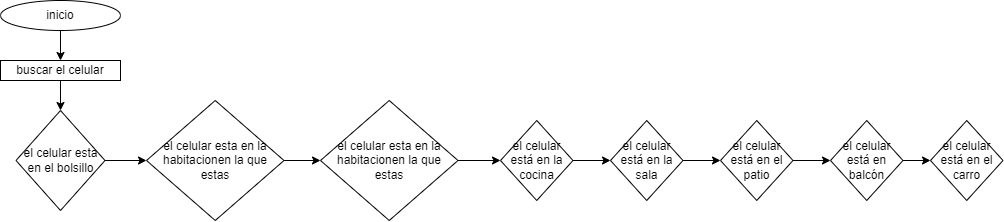
The draw.io diagram Poner a cargar tu celular.png in dasamepu/platzi-flowcharts-de-la-vida-diaria, before a commit. Source tidied: cells renumbered, new cells last; positions are measured from the earlier drawing's top-left corner, leaving out a move shared by most shapes.
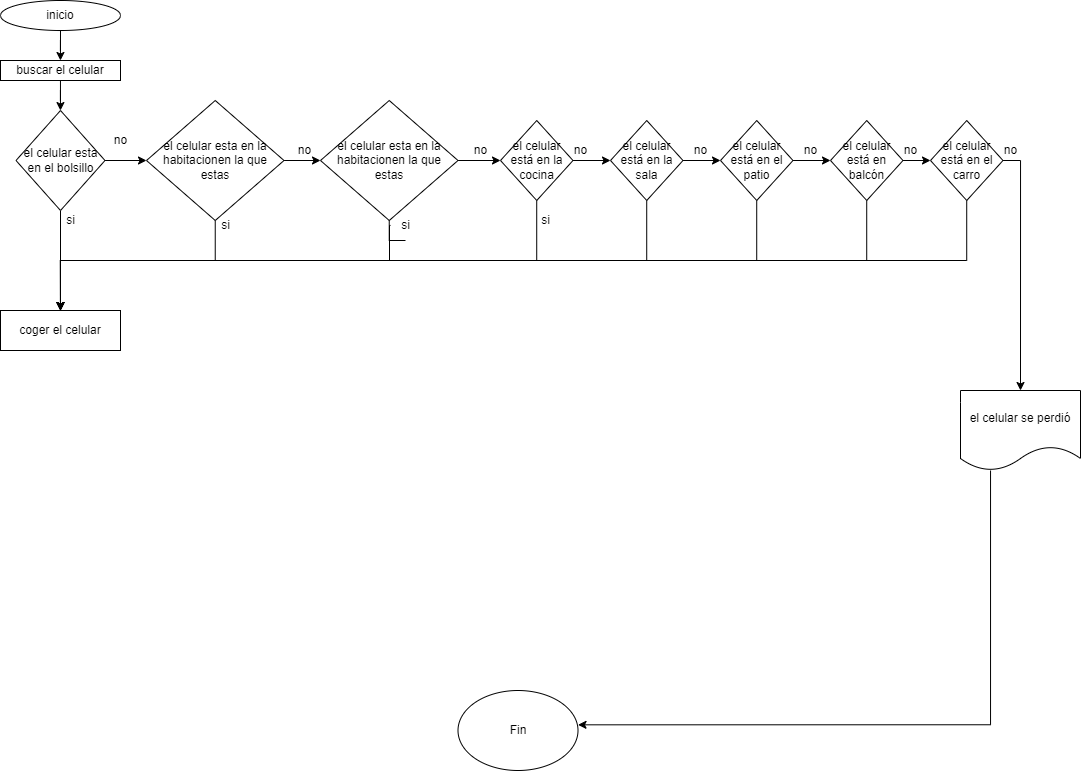
After the change.

Change to the diagram source:
```diff
@@ -17,47 +17,171 @@
     <mxCell id="6" style="edgeStyle=orthogonalEdgeStyle;rounded=0;jettySize=auto;html=1;" parent="1" edge="1" source="7" target="9">
       <mxGeometry relative="1" as="geometry" />
     </mxCell>
+    <mxCell id="21" style="edgeStyle=orthogonalEdgeStyle;rounded=0;jettySize=auto;html=1;" parent="1" edge="1" source="7" target="41">
+      <mxGeometry relative="1" as="geometry" />
+    </mxCell>
     <mxCell id="7" value="el celular esta en el bolsillo" style="rhombus;whiteSpace=wrap;html=1;" parent="1" vertex="1">
       <mxGeometry x="15.5" y="110" width="89" height="100" as="geometry" />
     </mxCell>
     <mxCell id="8" style="edgeStyle=orthogonalEdgeStyle;rounded=0;jettySize=auto;html=1;" parent="1" edge="1" source="9" target="11">
       <mxGeometry relative="1" as="geometry" />
     </mxCell>
+    <mxCell id="22" style="edgeStyle=orthogonalEdgeStyle;rounded=0;jettySize=auto;html=1;entryX=0.5;entryY=0;entryDx=0;entryDy=0;" parent="1" edge="1" source="9" target="41">
+      <mxGeometry relative="1" as="geometry">
+        <Array as="points">
+          <mxPoint x="215" y="260" />
+          <mxPoint x="60" y="260" />
+        </Array>
+      </mxGeometry>
+    </mxCell>
     <mxCell id="9" value="el celular esta en la habitacionen la que estas" style="rhombus;whiteSpace=wrap;html=1;" parent="1" vertex="1">
       <mxGeometry x="146" y="100" width="137.5" height="120" as="geometry" />
     </mxCell>
     <mxCell id="10" style="edgeStyle=orthogonalEdgeStyle;rounded=0;jettySize=auto;html=1;" parent="1" edge="1" source="11" target="13">
       <mxGeometry relative="1" as="geometry" />
     </mxCell>
+    <mxCell id="23" style="edgeStyle=orthogonalEdgeStyle;rounded=0;jettySize=auto;html=1;startArrow=none;" parent="1" edge="1" source="44">
+      <mxGeometry relative="1" as="geometry">
+        <mxPoint x="60" y="310" as="targetPoint" />
+        <Array as="points">
+          <mxPoint x="389" y="260" />
+          <mxPoint x="60" y="260" />
+        </Array>
+      </mxGeometry>
+    </mxCell>
     <mxCell id="11" value="el celular esta en la habitacionen la que estas" style="rhombus;whiteSpace=wrap;html=1;" parent="1" vertex="1">
       <mxGeometry x="320" y="100" width="137.5" height="120" as="geometry" />
     </mxCell>
     <mxCell id="12" style="edgeStyle=orthogonalEdgeStyle;rounded=0;jettySize=auto;html=1;" parent="1" edge="1" source="13" target="15">
       <mxGeometry relative="1" as="geometry" />
     </mxCell>
+    <mxCell id="24" style="edgeStyle=orthogonalEdgeStyle;rounded=0;jettySize=auto;html=1;" parent="1" edge="1" source="13">
+      <mxGeometry relative="1" as="geometry">
+        <mxPoint x="60" y="310" as="targetPoint" />
+        <Array as="points">
+          <mxPoint x="536" y="260" />
+          <mxPoint x="60" y="260" />
+        </Array>
+      </mxGeometry>
+    </mxCell>
     <mxCell id="13" value="el celular está en la cocina" style="rhombus;whiteSpace=wrap;html=1;" parent="1" vertex="1">
       <mxGeometry x="500" y="120" width="72.5" height="80" as="geometry" />
     </mxCell>
     <mxCell id="14" style="edgeStyle=orthogonalEdgeStyle;rounded=0;jettySize=auto;html=1;" parent="1" edge="1" source="15" target="17">
       <mxGeometry relative="1" as="geometry" />
     </mxCell>
+    <mxCell id="25" style="edgeStyle=orthogonalEdgeStyle;rounded=0;jettySize=auto;html=1;entryX=0.5;entryY=0;entryDx=0;entryDy=0;" parent="1" edge="1" source="15" target="41">
+      <mxGeometry relative="1" as="geometry">
+        <Array as="points">
+          <mxPoint x="646" y="260" />
+          <mxPoint x="60" y="260" />
+        </Array>
+      </mxGeometry>
+    </mxCell>
     <mxCell id="15" value="el celular está en la sala" style="rhombus;whiteSpace=wrap;html=1;" parent="1" vertex="1">
       <mxGeometry x="610" y="120" width="72.5" height="80" as="geometry" />
     </mxCell>
     <mxCell id="16" style="edgeStyle=orthogonalEdgeStyle;rounded=0;jettySize=auto;html=1;" parent="1" edge="1" source="17" target="19">
       <mxGeometry relative="1" as="geometry" />
     </mxCell>
+    <mxCell id="26" style="edgeStyle=orthogonalEdgeStyle;rounded=0;jettySize=auto;html=1;" parent="1" edge="1" source="17">
+      <mxGeometry relative="1" as="geometry">
+        <mxPoint x="60" y="310" as="targetPoint" />
+        <Array as="points">
+          <mxPoint x="756" y="260" />
+          <mxPoint x="60" y="260" />
+        </Array>
+      </mxGeometry>
+    </mxCell>
     <mxCell id="17" value="el celular está en el patio" style="rhombus;whiteSpace=wrap;html=1;" parent="1" vertex="1">
       <mxGeometry x="720" y="120" width="72.5" height="80" as="geometry" />
     </mxCell>
     <mxCell id="18" style="edgeStyle=orthogonalEdgeStyle;rounded=0;jettySize=auto;html=1;" parent="1" edge="1" source="19" target="20">
       <mxGeometry relative="1" as="geometry" />
     </mxCell>
+    <mxCell id="27" style="edgeStyle=orthogonalEdgeStyle;rounded=0;jettySize=auto;html=1;" parent="1" edge="1" source="19" target="41">
+      <mxGeometry relative="1" as="geometry">
+        <Array as="points">
+          <mxPoint x="866" y="260" />
+          <mxPoint x="60" y="260" />
+        </Array>
+      </mxGeometry>
+    </mxCell>
     <mxCell id="19" value="el celular está en balcón" style="rhombus;whiteSpace=wrap;html=1;" parent="1" vertex="1">
       <mxGeometry x="830" y="120" width="72.5" height="80" as="geometry" />
     </mxCell>
+    <mxCell id="28" style="edgeStyle=orthogonalEdgeStyle;rounded=0;jettySize=auto;html=1;exitX=1;exitY=0.5;exitDx=0;exitDy=0;entryX=0.5;entryY=0;entryDx=0;entryDy=0;" parent="1" edge="1" source="20" target="32">
+      <mxGeometry relative="1" as="geometry">
+        <Array as="points">
+          <mxPoint x="1020" y="160" />
+        </Array>
+      </mxGeometry>
+    </mxCell>
+    <mxCell id="29" style="edgeStyle=orthogonalEdgeStyle;rounded=0;jettySize=auto;html=1;" parent="1" edge="1" source="20" target="41">
+      <mxGeometry relative="1" as="geometry">
+        <Array as="points">
+          <mxPoint x="966" y="260" />
+          <mxPoint x="60" y="260" />
+        </Array>
+      </mxGeometry>
+    </mxCell>
     <mxCell id="20" value="el celular está en el&lt;br&gt;carro" style="rhombus;whiteSpace=wrap;html=1;" parent="1" vertex="1">
       <mxGeometry x="930" y="120" width="72.5" height="80" as="geometry" />
     </mxCell>
+    <mxCell id="30" value="Fin" style="ellipse;whiteSpace=wrap;html=1;" parent="1" vertex="1">
+      <mxGeometry x="457.5" y="690" width="120" height="80" as="geometry" />
+    </mxCell>
+    <mxCell id="31" style="edgeStyle=orthogonalEdgeStyle;rounded=0;jettySize=auto;html=1;entryX=1;entryY=0.429;entryDx=0;entryDy=0;entryPerimeter=0;" parent="1" edge="1" source="32" target="30">
+      <mxGeometry relative="1" as="geometry">
+        <Array as="points">
+          <mxPoint x="990" y="724" />
+        </Array>
+      </mxGeometry>
+    </mxCell>
+    <mxCell id="32" value="el celular se perdió" style="shape=document;whiteSpace=wrap;html=1;boundedLbl=1;" parent="1" vertex="1">
+      <mxGeometry x="960" y="390" width="120" height="80" as="geometry" />
+    </mxCell>
+    <mxCell id="33" value="no" style="text;html=1;align=center;verticalAlign=middle;strokeColor=none;fillColor=none;" parent="1" vertex="1">
+      <mxGeometry x="100" y="125" width="40" height="30" as="geometry" />
+    </mxCell>
+    <mxCell id="34" value="no" style="text;html=1;align=center;verticalAlign=middle;strokeColor=none;fillColor=none;" parent="1" vertex="1">
+      <mxGeometry x="283.5" y="135" width="40" height="30" as="geometry" />
+    </mxCell>
+    <mxCell id="35" value="no" style="text;html=1;align=center;verticalAlign=middle;strokeColor=none;fillColor=none;" parent="1" vertex="1">
+      <mxGeometry x="460" y="135" width="40" height="30" as="geometry" />
+    </mxCell>
+    <mxCell id="36" value="no" style="text;html=1;align=center;verticalAlign=middle;strokeColor=none;fillColor=none;" parent="1" vertex="1">
+      <mxGeometry x="560" y="135" width="40" height="30" as="geometry" />
+    </mxCell>
+    <mxCell id="37" value="no" style="text;html=1;align=center;verticalAlign=middle;strokeColor=none;fillColor=none;" parent="1" vertex="1">
+      <mxGeometry x="680" y="135" width="40" height="30" as="geometry" />
+    </mxCell>
+    <mxCell id="38" value="no" style="text;html=1;align=center;verticalAlign=middle;strokeColor=none;fillColor=none;" parent="1" vertex="1">
+      <mxGeometry x="790" y="135" width="40" height="30" as="geometry" />
+    </mxCell>
+    <mxCell id="39" value="no" style="text;html=1;align=center;verticalAlign=middle;strokeColor=none;fillColor=none;" parent="1" vertex="1">
+      <mxGeometry x="890" y="135" width="40" height="30" as="geometry" />
+    </mxCell>
+    <mxCell id="40" value="no" style="text;html=1;align=center;verticalAlign=middle;strokeColor=none;fillColor=none;" parent="1" vertex="1">
+      <mxGeometry x="990" y="135" width="40" height="30" as="geometry" />
+    </mxCell>
+    <mxCell id="41" value="coger el celular" style="whiteSpace=wrap;html=1;" parent="1" vertex="1">
+      <mxGeometry y="310" width="120" height="40" as="geometry" />
+    </mxCell>
+    <mxCell id="42" value="si&lt;span style=&quot;color: rgba(0, 0, 0, 0); font-family: monospace; font-size: 0px; text-align: start;&quot;&gt;%3CmxGraphModel%3E%3Croot%3E%3CmxCell%20id%3D%220%22%2F%3E%3CmxCell%20id%3D%221%22%20parent%3D%220%22%2F%3E%3CmxCell%20id%3D%222%22%20value%3D%22no%22%20style%3D%22text%3Bhtml%3D1%3Balign%3Dcenter%3BverticalAlign%3Dmiddle%3Bresizable%3D0%3Bpoints%3D%5B%5D%3Bautosize%3D1%3BstrokeColor%3Dnone%3BfillColor%3Dnone%3B%22%20vertex%3D%221%22%20parent%3D%221%22%3E%3CmxGeometry%20x%3D%22570%22%20y%3D%22155%22%20width%3D%2240%22%20height%3D%2230%22%20as%3D%22geometry%22%2F%3E%3C%2FmxCell%3E%3C%2Froot%3E%3C%2FmxGraphModel%3E&lt;/span&gt;" style="text;html=1;align=center;verticalAlign=middle;strokeColor=none;fillColor=none;" parent="1" vertex="1">
+      <mxGeometry x="55" y="205" width="30" height="30" as="geometry" />
+    </mxCell>
+    <mxCell id="43" value="si&lt;span style=&quot;color: rgba(0, 0, 0, 0); font-family: monospace; font-size: 0px; text-align: start;&quot;&gt;%3CmxGraphModel%3E%3Croot%3E%3CmxCell%20id%3D%220%22%2F%3E%3CmxCell%20id%3D%221%22%20parent%3D%220%22%2F%3E%3CmxCell%20id%3D%222%22%20value%3D%22no%22%20style%3D%22text%3Bhtml%3D1%3Balign%3Dcenter%3BverticalAlign%3Dmiddle%3Bresizable%3D0%3Bpoints%3D%5B%5D%3Bautosize%3D1%3BstrokeColor%3Dnone%3BfillColor%3Dnone%3B%22%20vertex%3D%221%22%20parent%3D%221%22%3E%3CmxGeometry%20x%3D%22570%22%20y%3D%22155%22%20width%3D%2240%22%20height%3D%2230%22%20as%3D%22geometry%22%2F%3E%3C%2FmxCell%3E%3C%2Froot%3E%3C%2FmxGraphModel%3E&lt;/span&gt;" style="text;html=1;align=center;verticalAlign=middle;strokeColor=none;fillColor=none;" parent="1" vertex="1">
+      <mxGeometry x="210" y="210" width="30" height="30" as="geometry" />
+    </mxCell>
+    <mxCell id="44" value="si&lt;span style=&quot;color: rgba(0, 0, 0, 0); font-family: monospace; font-size: 0px; text-align: start;&quot;&gt;%3CmxGraphModel%3E%3Croot%3E%3CmxCell%20id%3D%220%22%2F%3E%3CmxCell%20id%3D%221%22%20parent%3D%220%22%2F%3E%3CmxCell%20id%3D%222%22%20value%3D%22no%22%20style%3D%22text%3Bhtml%3D1%3Balign%3Dcenter%3BverticalAlign%3Dmiddle%3Bresizable%3D0%3Bpoints%3D%5B%5D%3Bautosize%3D1%3BstrokeColor%3Dnone%3BfillColor%3Dnone%3B%22%20vertex%3D%221%22%20parent%3D%221%22%3E%3CmxGeometry%20x%3D%22570%22%20y%3D%22155%22%20width%3D%2240%22%20height%3D%2230%22%20as%3D%22geometry%22%2F%3E%3C%2FmxCell%3E%3C%2Froot%3E%3C%2FmxGraphModel%3E&lt;/span&gt;" style="text;html=1;align=center;verticalAlign=middle;points=[];strokeColor=none;fillColor=none;" parent="1" vertex="1">
+      <mxGeometry x="390" y="210" width="30" height="30" as="geometry" />
+    </mxCell>
+    <mxCell id="45" style="edgeStyle=orthogonalEdgeStyle;rounded=0;jettySize=auto;html=1;endArrow=none;" parent="1" edge="1" source="11" target="44">
+      <mxGeometry relative="1" as="geometry" />
+    </mxCell>
+    <mxCell id="46" value="si&lt;span style=&quot;color: rgba(0, 0, 0, 0); font-family: monospace; font-size: 0px; text-align: start;&quot;&gt;%3CmxGraphModel%3E%3Croot%3E%3CmxCell%20id%3D%220%22%2F%3E%3CmxCell%20id%3D%221%22%20parent%3D%220%22%2F%3E%3CmxCell%20id%3D%222%22%20value%3D%22no%22%20style%3D%22text%3Bhtml%3D1%3Balign%3Dcenter%3BverticalAlign%3Dmiddle%3Bresizable%3D0%3Bpoints%3D%5B%5D%3Bautosize%3D1%3BstrokeColor%3Dnone%3BfillColor%3Dnone%3B%22%20vertex%3D%221%22%20parent%3D%221%22%3E%3CmxGeometry%20x%3D%22570%22%20y%3D%22155%22%20width%3D%2240%22%20height%3D%2230%22%20as%3D%22geometry%22%2F%3E%3C%2FmxCell%3E%3C%2Froot%3E%3C%2FmxGraphModel%3E&lt;/span&gt;" style="text;html=1;align=center;verticalAlign=middle;strokeColor=none;fillColor=none;" parent="1" vertex="1">
+      <mxGeometry x="530" y="205" width="30" height="30" as="geometry" />
+    </mxCell>
   </root>
 </mxGraphModel>
```
